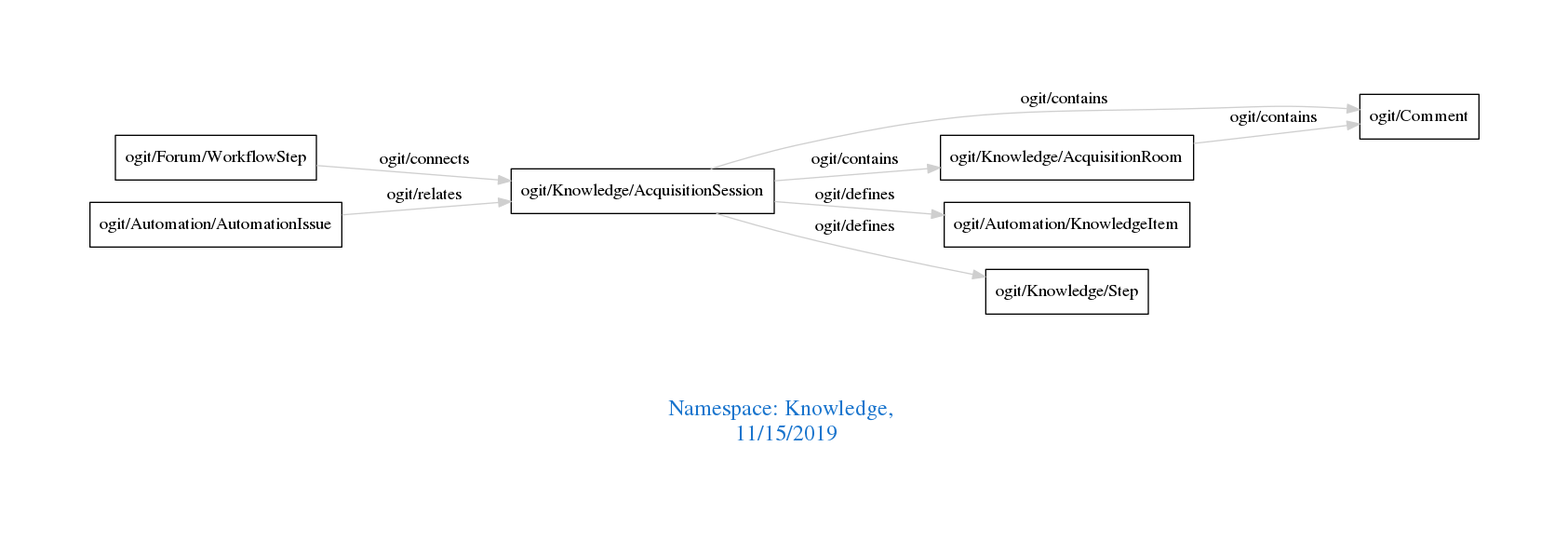
arago/OGIT keeps this Graphviz diagram as downloads/Knowledge.png. Above is the earlier version. Its source is kept beside it as downloads/Knowledge.dot.
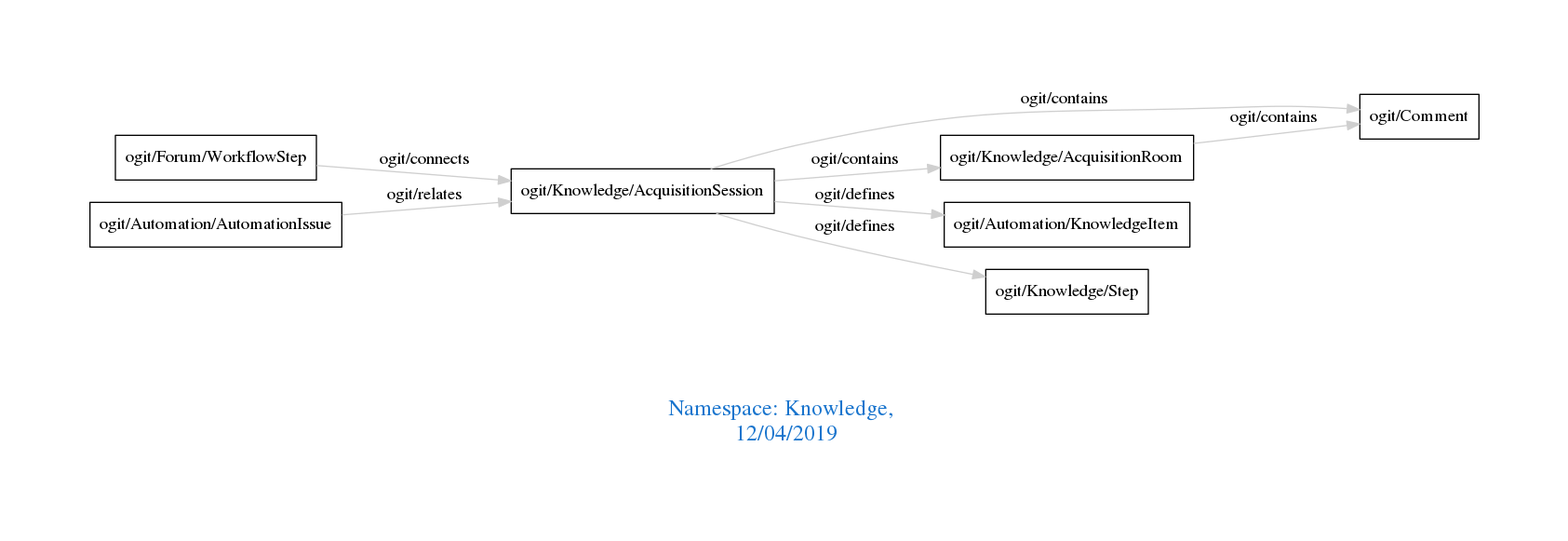
After the change.

What changed in the source:
```diff
@@ -1,7 +1,7 @@
 digraph OGIT_ontology {
  graph [ rankdir= LR,pad=1
 fontsize = 18,
-fontcolor= dodgerblue3,label = "\n\n\nNamespace: Knowledge, \n 11/15/2019"];
+fontcolor= dodgerblue3,label = "\n\n\nNamespace: Knowledge, \n 12/04/2019"];
 node[shape=polygon];
 edge [  color="gray81"];
 
```
